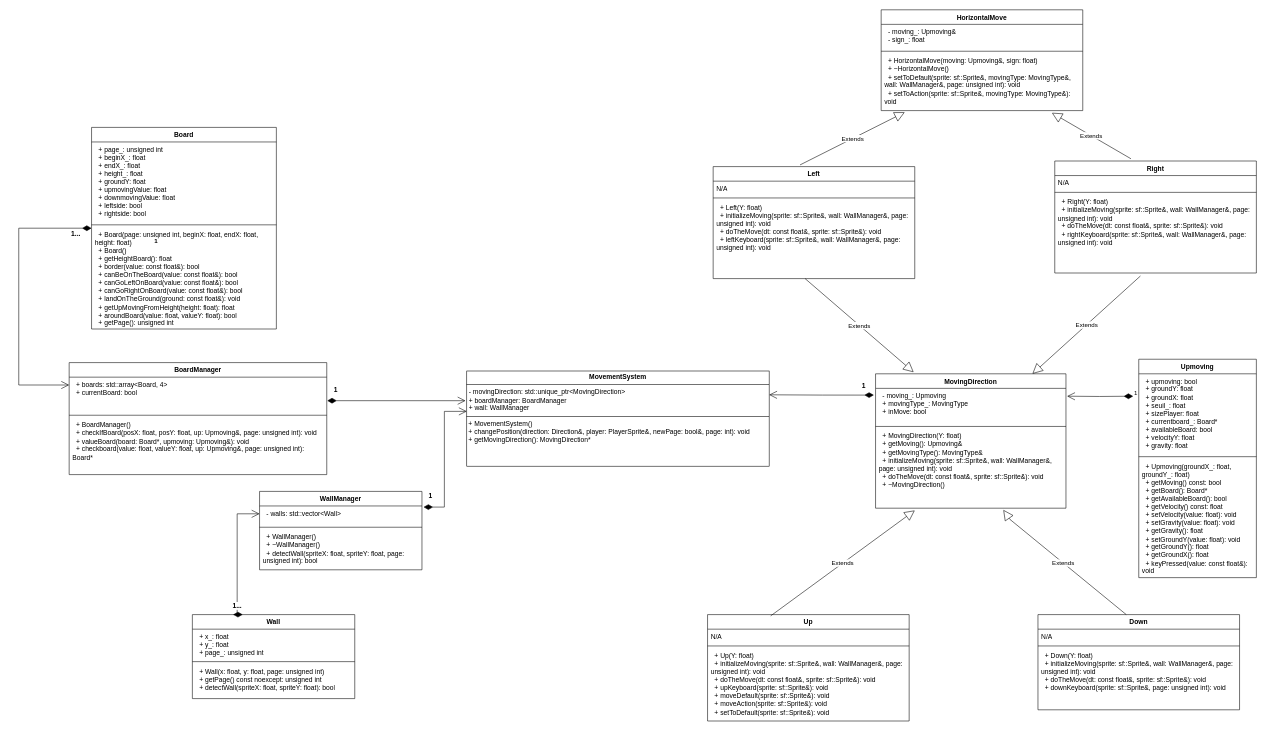
Earlier version of the draw.io diagram page "Movement System" (4 of 5) of Diagramme sans nom.drawio (Bird120/FlightToHFT). Source tidied: cells renumbered, new cells numbered last; positions are measured from the earlier drawing's top-left corner, leaving out a move shared by most shapes. Both pictures are drawn from the tidied source at 56%, with x=0, y=0 at pixel (18, 10).
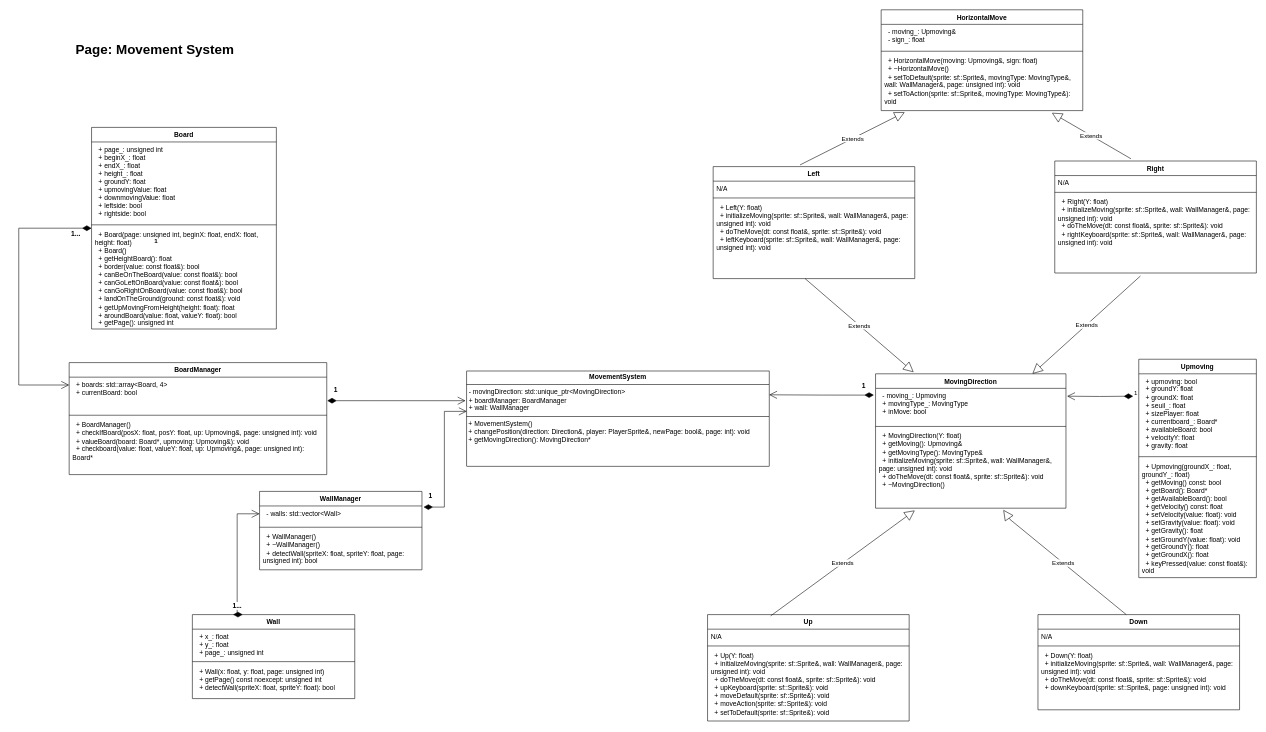
Above is the later version.

Commit message (it also covers changes not shown here):
Movement System

Diff of the diagram source:
```diff
@@
+    <mxCell id="60" value="&lt;font style=&quot;font-size: 24px;&quot;&gt;&lt;b&gt;Page: Movement System&lt;/b&gt;&lt;/font&gt;" style="text;whiteSpace=wrap;html=1;" parent="1" vertex="1">
+      <mxGeometry x="100" y="50" width="320" height="40" as="geometry" />
+    </mxCell>
```
